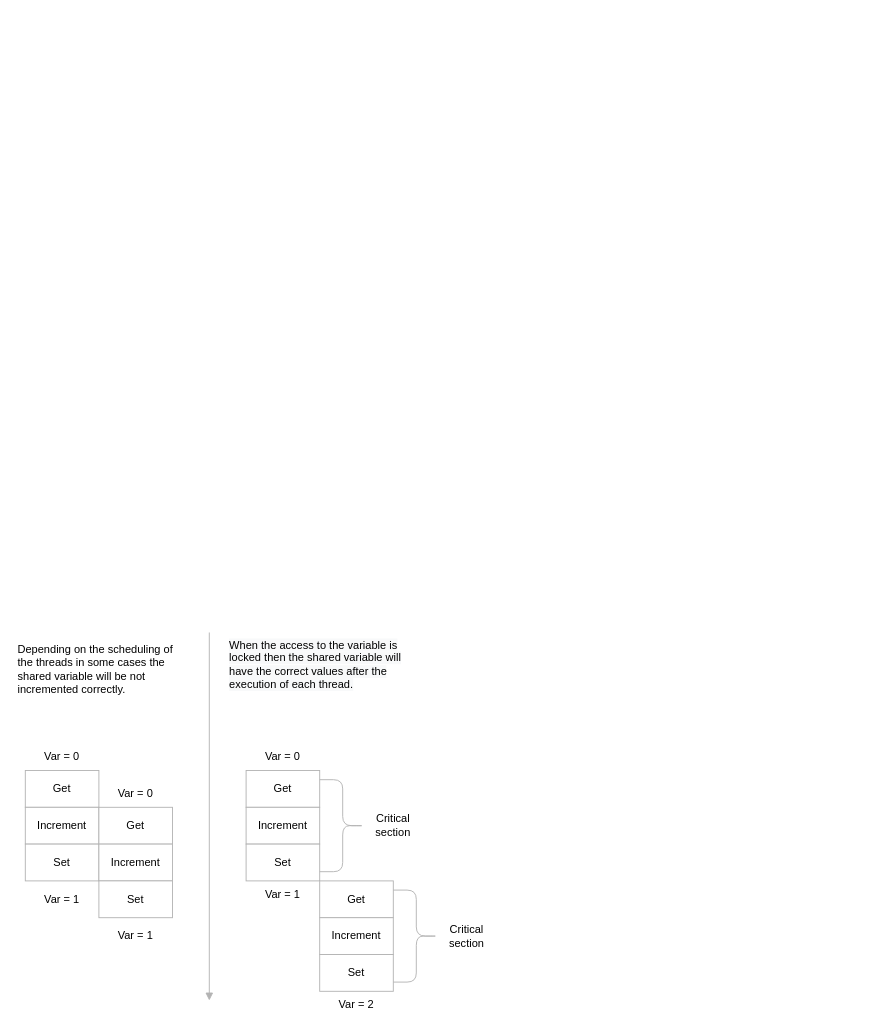
Before: page "Race conditions" (8 of 10) of assets/OS.drawio in braboj/tutorial-os, a draw.io diagram. Source tidied: cells renumbered, new cells numbered last; positions are measured from the earlier drawing's top-left corner, leaving out a move shared by most shapes. Both pictures are drawn from the tidied source at 92%, with x=0, y=0 at pixel (16, 632).
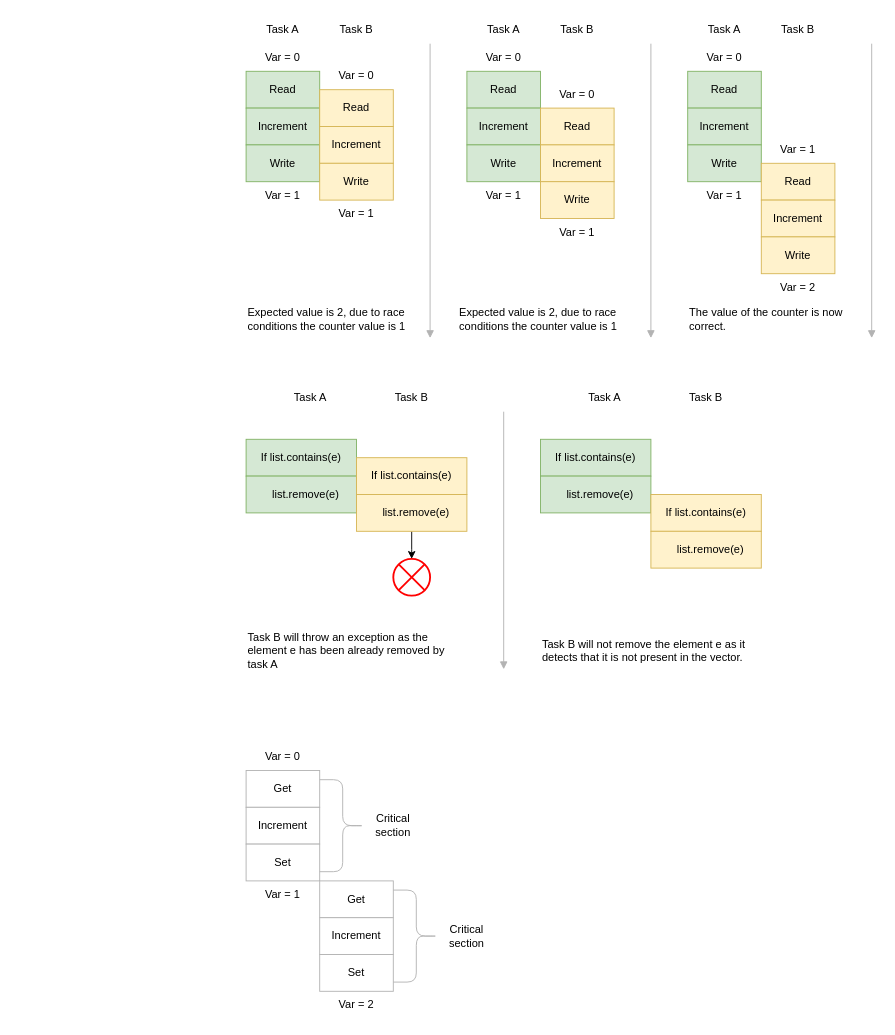
After the change.

Change to the diagram source:
```diff
@@
-    <mxCell id="8" value="Get" style="rounded=0;whiteSpace=wrap;html=1;fillStyle=auto;strokeColor=#B3B3B3;" parent="1" vertex="1">
-      <mxGeometry x="10" y="150" width="80" height="40" as="geometry" />
+    <mxCell id="8" value="Read" style="rounded=0;whiteSpace=wrap;html=1;fillStyle=auto;strokeColor=#82b366;fillColor=#d5e8d4;" parent="1" vertex="1">
+      <mxGeometry x="250" y="-610" width="80" height="40" as="geometry" />
     </mxCell>
-    <mxCell id="9" value="Increment" style="rounded=0;whiteSpace=wrap;html=1;fillStyle=auto;strokeColor=#B3B3B3;" parent="1" vertex="1">
-      <mxGeometry x="10" y="190" width="80" height="40" as="geometry" />
+    <mxCell id="9" value="Increment" style="rounded=0;whiteSpace=wrap;html=1;fillStyle=auto;strokeColor=#82b366;fillColor=#d5e8d4;" parent="1" vertex="1">
+      <mxGeometry x="250" y="-570" width="80" height="40" as="geometry" />
     </mxCell>
-    <mxCell id="10" value="Set" style="rounded=0;whiteSpace=wrap;html=1;fillStyle=auto;strokeColor=#B3B3B3;" parent="1" vertex="1">
-      <mxGeometry x="10" y="230" width="80" height="40" as="geometry" />
+    <mxCell id="10" value="Write" style="rounded=0;whiteSpace=wrap;html=1;fillStyle=auto;strokeColor=#82b366;fillColor=#d5e8d4;" parent="1" vertex="1">
+      <mxGeometry x="250" y="-530" width="80" height="40" as="geometry" />
     </mxCell>
-    <mxCell id="11" value="Get" style="rounded=0;whiteSpace=wrap;html=1;fillStyle=auto;strokeColor=#B3B3B3;" parent="1" vertex="1">
-      <mxGeometry x="90" y="190" width="80" height="40" as="geometry" />
+    <mxCell id="11" value="Read" style="rounded=0;whiteSpace=wrap;html=1;fillStyle=auto;strokeColor=#d6b656;fillColor=#fff2cc;" parent="1" vertex="1">
+      <mxGeometry x="330" y="-590" width="80" height="40" as="geometry" />
     </mxCell>
-    <mxCell id="12" value="Increment" style="rounded=0;whiteSpace=wrap;html=1;fillStyle=auto;strokeColor=#B3B3B3;" parent="1" vertex="1">
-      <mxGeometry x="90" y="230" width="80" height="40" as="geometry" />
+    <mxCell id="12" value="Increment" style="rounded=0;whiteSpace=wrap;html=1;fillStyle=auto;strokeColor=#d6b656;fillColor=#fff2cc;" parent="1" vertex="1">
+      <mxGeometry x="330" y="-550" width="80" height="40" as="geometry" />
     </mxCell>
-    <mxCell id="13" value="Set" style="rounded=0;whiteSpace=wrap;html=1;fillStyle=auto;strokeColor=#B3B3B3;" parent="1" vertex="1">
-      <mxGeometry x="90" y="270" width="80" height="40" as="geometry" />
+    <mxCell id="13" value="Write" style="rounded=0;whiteSpace=wrap;html=1;fillStyle=auto;strokeColor=#d6b656;fillColor=#fff2cc;" parent="1" vertex="1">
+      <mxGeometry x="330" y="-510" width="80" height="40" as="geometry" />
     </mxCell>
@@
     <mxCell id="16" value="Var = 1" style="text;html=1;strokeColor=none;fillColor=none;align=center;verticalAlign=middle;whiteSpace=wrap;rounded=0;fillStyle=auto;" parent="1" vertex="1">
-      <mxGeometry x="20" y="275" width="60" height="30" as="geometry" />
+      <mxGeometry x="260" y="-490" width="60" height="30" as="geometry" />
     </mxCell>
     <mxCell id="17" value="Var = 1" style="text;html=1;strokeColor=none;fillColor=none;align=center;verticalAlign=middle;whiteSpace=wrap;rounded=0;fillStyle=auto;" parent="1" vertex="1">
-      <mxGeometry x="100" y="315" width="60" height="30" as="geometry" />
+      <mxGeometry x="340" y="-470" width="60" height="30" as="geometry" />
     </mxCell>
@@
     <mxCell id="19" value="Var = 0" style="text;html=1;strokeColor=none;fillColor=none;align=center;verticalAlign=middle;whiteSpace=wrap;rounded=0;fillStyle=auto;" parent="1" vertex="1">
-      <mxGeometry x="20" y="120" width="60" height="30" as="geometry" />
+      <mxGeometry x="260" y="-640" width="60" height="30" as="geometry" />
     </mxCell>
     <mxCell id="20" value="Var = 0" style="text;html=1;strokeColor=none;fillColor=none;align=center;verticalAlign=middle;whiteSpace=wrap;rounded=0;fillStyle=auto;" parent="1" vertex="1">
-      <mxGeometry x="100" y="160" width="60" height="30" as="geometry" />
+      <mxGeometry x="340" y="-620" width="60" height="30" as="geometry" />
     </mxCell>
     <mxCell id="21" style="endArrow=none;html=1;rounded=0;fillColor=default;strokeColor=#B3B3B3;startArrow=block;startFill=1;" parent="1" edge="1">
       <mxGeometry relative="1" as="geometry">
-        <mxPoint x="210" y="400" as="sourcePoint" />
-        <mxPoint x="210" as="targetPoint" />
+        <mxPoint x="450" y="-320" as="sourcePoint" />
+        <mxPoint x="450" y="-640" as="targetPoint" />
       </mxGeometry>
     </mxCell>
@@
-    <mxCell id="26" value="&lt;span style=&quot;&quot;&gt;Depending on the scheduling of the threads in some cases the shared variable will be not incremented correctly.&lt;/span&gt;" style="text;html=1;strokeColor=none;fillColor=none;align=left;verticalAlign=middle;whiteSpace=wrap;rounded=0;fillStyle=auto;" parent="1" vertex="1">
-      <mxGeometry width="190" height="80" as="geometry" />
-    </mxCell>
-    <mxCell id="27" value="&lt;span style=&quot;color: rgb(0, 0, 0); font-family: Helvetica; font-size: 12px; font-style: normal; font-variant-ligatures: normal; font-variant-caps: normal; font-weight: 400; letter-spacing: normal; orphans: 2; text-align: left; text-indent: 0px; text-transform: none; widows: 2; word-spacing: 0px; -webkit-text-stroke-width: 0px; background-color: rgb(248, 249, 250); text-decoration-thickness: initial; text-decoration-style: initial; text-decoration-color: initial; float: none; display: inline !important;&quot;&gt;When the access to the variable is locked then the shared variable will have the correct values after the execution of each thread.&lt;/span&gt;" style="text;whiteSpace=wrap;html=1;" parent="1" vertex="1">
-      <mxGeometry x="230" width="200" height="80" as="geometry" />
-    </mxCell>
+    <mxCell id="28" value="Read" style="rounded=0;whiteSpace=wrap;html=1;fillStyle=auto;strokeColor=#82b366;fillColor=#d5e8d4;" parent="1" vertex="1">
+      <mxGeometry x="490" y="-610" width="80" height="40" as="geometry" />
+    </mxCell>
+    <mxCell id="29" value="Increment" style="rounded=0;whiteSpace=wrap;html=1;fillStyle=auto;strokeColor=#82b366;fillColor=#d5e8d4;" parent="1" vertex="1">
+      <mxGeometry x="490" y="-570" width="80" height="40" as="geometry" />
+    </mxCell>
+    <mxCell id="30" value="Write" style="rounded=0;whiteSpace=wrap;html=1;fillStyle=auto;strokeColor=#82b366;fillColor=#d5e8d4;" parent="1" vertex="1">
+      <mxGeometry x="490" y="-530" width="80" height="40" as="geometry" />
+    </mxCell>
+    <mxCell id="31" value="Read" style="rounded=0;whiteSpace=wrap;html=1;fillStyle=auto;strokeColor=#d6b656;fillColor=#fff2cc;" parent="1" vertex="1">
+      <mxGeometry x="570" y="-570" width="80" height="40" as="geometry" />
+    </mxCell>
+    <mxCell id="32" value="Increment" style="rounded=0;whiteSpace=wrap;html=1;fillStyle=auto;strokeColor=#d6b656;fillColor=#fff2cc;" parent="1" vertex="1">
+      <mxGeometry x="570" y="-530" width="80" height="40" as="geometry" />
+    </mxCell>
+    <mxCell id="33" value="Write" style="rounded=0;whiteSpace=wrap;html=1;fillStyle=auto;strokeColor=#d6b656;fillColor=#fff2cc;" parent="1" vertex="1">
+      <mxGeometry x="570" y="-490" width="80" height="40" as="geometry" />
+    </mxCell>
+    <mxCell id="34" value="Var = 1" style="text;html=1;strokeColor=none;fillColor=none;align=center;verticalAlign=middle;whiteSpace=wrap;rounded=0;fillStyle=auto;" parent="1" vertex="1">
+      <mxGeometry x="500" y="-490" width="60" height="30" as="geometry" />
+    </mxCell>
+    <mxCell id="35" value="Var = 1" style="text;html=1;strokeColor=none;fillColor=none;align=center;verticalAlign=middle;whiteSpace=wrap;rounded=0;fillStyle=auto;" parent="1" vertex="1">
+      <mxGeometry x="580" y="-450" width="60" height="30" as="geometry" />
+    </mxCell>
+    <mxCell id="36" value="Var = 0" style="text;html=1;strokeColor=none;fillColor=none;align=center;verticalAlign=middle;whiteSpace=wrap;rounded=0;fillStyle=auto;" parent="1" vertex="1">
+      <mxGeometry x="500" y="-640" width="60" height="30" as="geometry" />
+    </mxCell>
+    <mxCell id="37" value="Var = 0" style="text;html=1;strokeColor=none;fillColor=none;align=center;verticalAlign=middle;whiteSpace=wrap;rounded=0;fillStyle=auto;" parent="1" vertex="1">
+      <mxGeometry x="580" y="-600" width="60" height="30" as="geometry" />
+    </mxCell>
+    <mxCell id="38" style="endArrow=none;html=1;rounded=0;fillColor=default;strokeColor=#B3B3B3;startArrow=block;startFill=1;" parent="1" edge="1">
+      <mxGeometry relative="1" as="geometry">
+        <mxPoint x="690" y="-320" as="sourcePoint" />
+        <mxPoint x="690" y="-640" as="targetPoint" />
+      </mxGeometry>
+    </mxCell>
+    <mxCell id="39" value="Read" style="rounded=0;whiteSpace=wrap;html=1;fillStyle=auto;strokeColor=#82b366;fillColor=#d5e8d4;" parent="1" vertex="1">
+      <mxGeometry x="730" y="-610" width="80" height="40" as="geometry" />
+    </mxCell>
+    <mxCell id="40" value="Increment" style="rounded=0;whiteSpace=wrap;html=1;fillStyle=auto;strokeColor=#82b366;fillColor=#d5e8d4;" parent="1" vertex="1">
+      <mxGeometry x="730" y="-570" width="80" height="40" as="geometry" />
+    </mxCell>
+    <mxCell id="41" value="Write" style="rounded=0;whiteSpace=wrap;html=1;fillStyle=auto;strokeColor=#82b366;fillColor=#d5e8d4;" parent="1" vertex="1">
+      <mxGeometry x="730" y="-530" width="80" height="40" as="geometry" />
+    </mxCell>
+    <mxCell id="42" value="Read" style="rounded=0;whiteSpace=wrap;html=1;fillStyle=auto;strokeColor=#d6b656;fillColor=#fff2cc;" parent="1" vertex="1">
+      <mxGeometry x="810" y="-510" width="80" height="40" as="geometry" />
+    </mxCell>
+    <mxCell id="43" value="Increment" style="rounded=0;whiteSpace=wrap;html=1;fillStyle=auto;strokeColor=#d6b656;fillColor=#fff2cc;" parent="1" vertex="1">
+      <mxGeometry x="810" y="-470" width="80" height="40" as="geometry" />
+    </mxCell>
+    <mxCell id="44" value="Write" style="rounded=0;whiteSpace=wrap;html=1;fillStyle=auto;strokeColor=#d6b656;fillColor=#fff2cc;" parent="1" vertex="1">
+      <mxGeometry x="810" y="-430" width="80" height="40" as="geometry" />
+    </mxCell>
+    <mxCell id="45" value="Var = 1" style="text;html=1;strokeColor=none;fillColor=none;align=center;verticalAlign=middle;whiteSpace=wrap;rounded=0;fillStyle=auto;" parent="1" vertex="1">
+      <mxGeometry x="740" y="-490" width="60" height="30" as="geometry" />
+    </mxCell>
+    <mxCell id="46" value="Var = 2" style="text;html=1;strokeColor=none;fillColor=none;align=center;verticalAlign=middle;whiteSpace=wrap;rounded=0;fillStyle=auto;" parent="1" vertex="1">
+      <mxGeometry x="820" y="-390" width="60" height="30" as="geometry" />
+    </mxCell>
+    <mxCell id="47" value="Var = 0" style="text;html=1;strokeColor=none;fillColor=none;align=center;verticalAlign=middle;whiteSpace=wrap;rounded=0;fillStyle=auto;" parent="1" vertex="1">
+      <mxGeometry x="740" y="-640" width="60" height="30" as="geometry" />
+    </mxCell>
+    <mxCell id="48" value="Var = 1" style="text;html=1;strokeColor=none;fillColor=none;align=center;verticalAlign=middle;whiteSpace=wrap;rounded=0;fillStyle=auto;" parent="1" vertex="1">
+      <mxGeometry x="820" y="-540" width="60" height="30" as="geometry" />
+    </mxCell>
+    <mxCell id="49" style="endArrow=none;html=1;rounded=0;fillColor=default;strokeColor=#B3B3B3;startArrow=block;startFill=1;" parent="1" edge="1">
+      <mxGeometry relative="1" as="geometry">
+        <mxPoint x="930" y="-320" as="sourcePoint" />
+        <mxPoint x="930" y="-640" as="targetPoint" />
+      </mxGeometry>
+    </mxCell>
+    <mxCell id="50" value="Expected value is 2, due to race conditions the counter value is 1" style="text;html=1;strokeColor=none;fillColor=none;align=left;verticalAlign=middle;whiteSpace=wrap;rounded=0;" parent="1" vertex="1">
+      <mxGeometry x="250" y="-360" width="180" height="40" as="geometry" />
+    </mxCell>
+    <mxCell id="51" value="Task A" style="text;html=1;strokeColor=none;fillColor=none;align=center;verticalAlign=middle;whiteSpace=wrap;rounded=0;" parent="1" vertex="1">
+      <mxGeometry x="260" y="-670" width="60" height="30" as="geometry" />
+    </mxCell>
+    <mxCell id="52" value="Task B" style="text;html=1;strokeColor=none;fillColor=none;align=center;verticalAlign=middle;whiteSpace=wrap;rounded=0;" parent="1" vertex="1">
+      <mxGeometry x="340" y="-670" width="60" height="30" as="geometry" />
+    </mxCell>
+    <mxCell id="53" value="Task A" style="text;html=1;strokeColor=none;fillColor=none;align=center;verticalAlign=middle;whiteSpace=wrap;rounded=0;" parent="1" vertex="1">
+      <mxGeometry x="500" y="-670" width="60" height="30" as="geometry" />
+    </mxCell>
+    <mxCell id="54" value="Task B" style="text;html=1;strokeColor=none;fillColor=none;align=center;verticalAlign=middle;whiteSpace=wrap;rounded=0;" parent="1" vertex="1">
+      <mxGeometry x="580" y="-670" width="60" height="30" as="geometry" />
+    </mxCell>
+    <mxCell id="55" value="Task A" style="text;html=1;strokeColor=none;fillColor=none;align=center;verticalAlign=middle;whiteSpace=wrap;rounded=0;" parent="1" vertex="1">
+      <mxGeometry x="740" y="-670" width="60" height="30" as="geometry" />
+    </mxCell>
+    <mxCell id="56" value="Task B" style="text;html=1;strokeColor=none;fillColor=none;align=center;verticalAlign=middle;whiteSpace=wrap;rounded=0;" parent="1" vertex="1">
+      <mxGeometry x="820" y="-670" width="60" height="30" as="geometry" />
+    </mxCell>
+    <mxCell id="57" value="Expected value is 2, due to race conditions the counter value is 1" style="text;html=1;strokeColor=none;fillColor=none;align=left;verticalAlign=middle;whiteSpace=wrap;rounded=0;" parent="1" vertex="1">
+      <mxGeometry x="480" y="-360" width="180" height="40" as="geometry" />
+    </mxCell>
+    <mxCell id="58" value="The value of the counter is now correct." style="text;html=1;strokeColor=none;fillColor=none;align=left;verticalAlign=middle;whiteSpace=wrap;rounded=0;" parent="1" vertex="1">
+      <mxGeometry x="730" y="-360" width="180" height="40" as="geometry" />
+    </mxCell>
+    <mxCell id="59" value="If list.contains(e)" style="rounded=0;whiteSpace=wrap;html=1;fillStyle=auto;strokeColor=#82b366;fillColor=#d5e8d4;" parent="1" vertex="1">
+      <mxGeometry x="250" y="-210" width="120" height="40" as="geometry" />
+    </mxCell>
+    <mxCell id="60" value="&amp;nbsp; &amp;nbsp;list.remove(e)" style="rounded=0;whiteSpace=wrap;html=1;fillStyle=auto;strokeColor=#82b366;fillColor=#d5e8d4;align=center;" parent="1" vertex="1">
+      <mxGeometry x="250" y="-170" width="120" height="40" as="geometry" />
+    </mxCell>
+    <mxCell id="61" value="If list.contains(e)" style="rounded=0;whiteSpace=wrap;html=1;fillStyle=auto;strokeColor=#d6b656;fillColor=#fff2cc;" parent="1" vertex="1">
+      <mxGeometry x="370" y="-190" width="120" height="40" as="geometry" />
+    </mxCell>
+    <mxCell id="62" style="edgeStyle=orthogonalEdgeStyle;rounded=0;jettySize=auto;html=1;entryX=0.5;entryY=0;entryDx=0;entryDy=0;fontSize=8;" parent="1" edge="1" source="63">
+      <mxGeometry relative="1" as="geometry">
+        <mxPoint x="430" y="-80" as="targetPoint" />
+      </mxGeometry>
+    </mxCell>
+    <mxCell id="63" value="&amp;nbsp; &amp;nbsp;list.remove(e)" style="rounded=0;whiteSpace=wrap;html=1;fillStyle=auto;strokeColor=#d6b656;fillColor=#fff2cc;" parent="1" vertex="1">
+      <mxGeometry x="370" y="-150" width="120" height="40" as="geometry" />
+    </mxCell>
+    <mxCell id="64" style="endArrow=none;html=1;rounded=0;fillColor=default;strokeColor=#B3B3B3;startArrow=block;startFill=1;" parent="1" edge="1">
+      <mxGeometry relative="1" as="geometry">
+        <mxPoint x="530" y="40" as="sourcePoint" />
+        <mxPoint x="530" y="-240" as="targetPoint" />
+      </mxGeometry>
+    </mxCell>
+    <mxCell id="65" value="Task B will throw an exception as the element e has been already removed by task A" style="text;html=1;strokeColor=none;fillColor=none;align=left;verticalAlign=middle;whiteSpace=wrap;rounded=0;" parent="1" vertex="1">
+      <mxGeometry x="250" width="240" height="40" as="geometry" />
+    </mxCell>
+    <mxCell id="66" value="Task A" style="text;html=1;strokeColor=none;fillColor=none;align=center;verticalAlign=middle;whiteSpace=wrap;rounded=0;" parent="1" vertex="1">
+      <mxGeometry x="290" y="-270" width="60" height="30" as="geometry" />
+    </mxCell>
+    <mxCell id="67" value="Task B" style="text;html=1;strokeColor=none;fillColor=none;align=center;verticalAlign=middle;whiteSpace=wrap;rounded=0;" parent="1" vertex="1">
+      <mxGeometry x="400" y="-270" width="60" height="30" as="geometry" />
+    </mxCell>
+    <mxCell id="68" value="If list.contains(e)" style="rounded=0;whiteSpace=wrap;html=1;fillStyle=auto;strokeColor=#82b366;fillColor=#d5e8d4;" parent="1" vertex="1">
+      <mxGeometry x="570" y="-210" width="120" height="40" as="geometry" />
+    </mxCell>
+    <mxCell id="69" value="&amp;nbsp; &amp;nbsp;list.remove(e)" style="rounded=0;whiteSpace=wrap;html=1;fillStyle=auto;strokeColor=#82b366;fillColor=#d5e8d4;" parent="1" vertex="1">
+      <mxGeometry x="570" y="-170" width="120" height="40" as="geometry" />
+    </mxCell>
+    <mxCell id="70" value="If list.contains(e)" style="rounded=0;whiteSpace=wrap;html=1;fillStyle=auto;strokeColor=#d6b656;fillColor=#fff2cc;" parent="1" vertex="1">
+      <mxGeometry x="690" y="-150" width="120" height="40" as="geometry" />
+    </mxCell>
+    <mxCell id="71" value="&amp;nbsp; &amp;nbsp;list.remove(e)" style="rounded=0;whiteSpace=wrap;html=1;fillStyle=auto;strokeColor=#d6b656;fillColor=#fff2cc;" parent="1" vertex="1">
+      <mxGeometry x="690" y="-110" width="120" height="40" as="geometry" />
+    </mxCell>
+    <mxCell id="72" value="Task B will not remove the element e as it detects that it is not present in the vector." style="text;html=1;strokeColor=none;fillColor=none;align=left;verticalAlign=middle;whiteSpace=wrap;rounded=0;" parent="1" vertex="1">
+      <mxGeometry x="570" width="240" height="40" as="geometry" />
+    </mxCell>
+    <mxCell id="73" value="Task A" style="text;html=1;strokeColor=none;fillColor=none;align=center;verticalAlign=middle;whiteSpace=wrap;rounded=0;" parent="1" vertex="1">
+      <mxGeometry x="610" y="-270" width="60" height="30" as="geometry" />
+    </mxCell>
+    <mxCell id="74" value="Task B" style="text;html=1;strokeColor=none;fillColor=none;align=center;verticalAlign=middle;whiteSpace=wrap;rounded=0;" parent="1" vertex="1">
+      <mxGeometry x="720" y="-270" width="60" height="30" as="geometry" />
+    </mxCell>
+    <mxCell id="75" style="verticalLabelPosition=bottom;verticalAlign=top;html=1;shape=mxgraph.flowchart.or;fontSize=8;fontColor=#000000;strokeColor=#FF0000;strokeWidth=2;" parent="1" vertex="1">
+      <mxGeometry x="410" y="-80" width="40" height="40" as="geometry" />
+    </mxCell>
```
